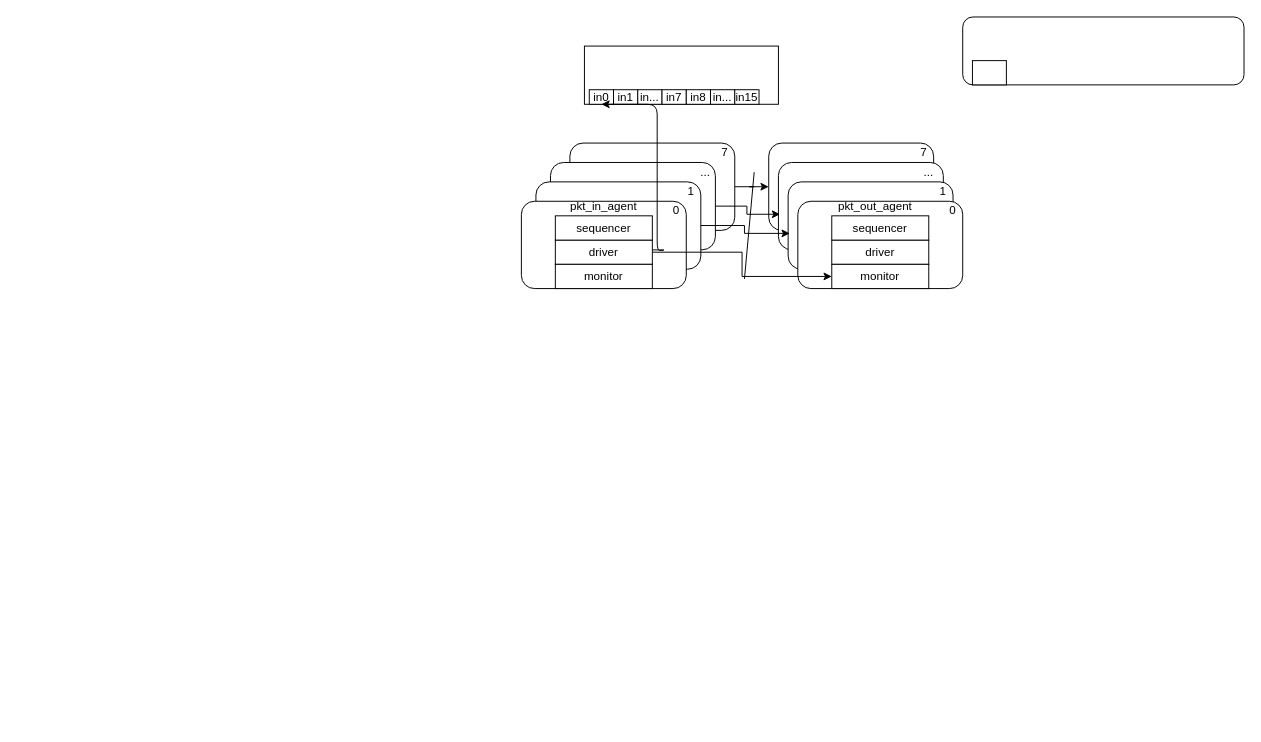
Before: dt005.drawio in huangliwood/Bingo, a draw.io diagram. Source tidied: cells renumbered, new cells numbered last; positions are measured from the earlier drawing's top-left corner, leaving out a move shared by most shapes. Both pictures are drawn from the tidied source at 97%, with x=0, y=0 at pixel (521, 16).
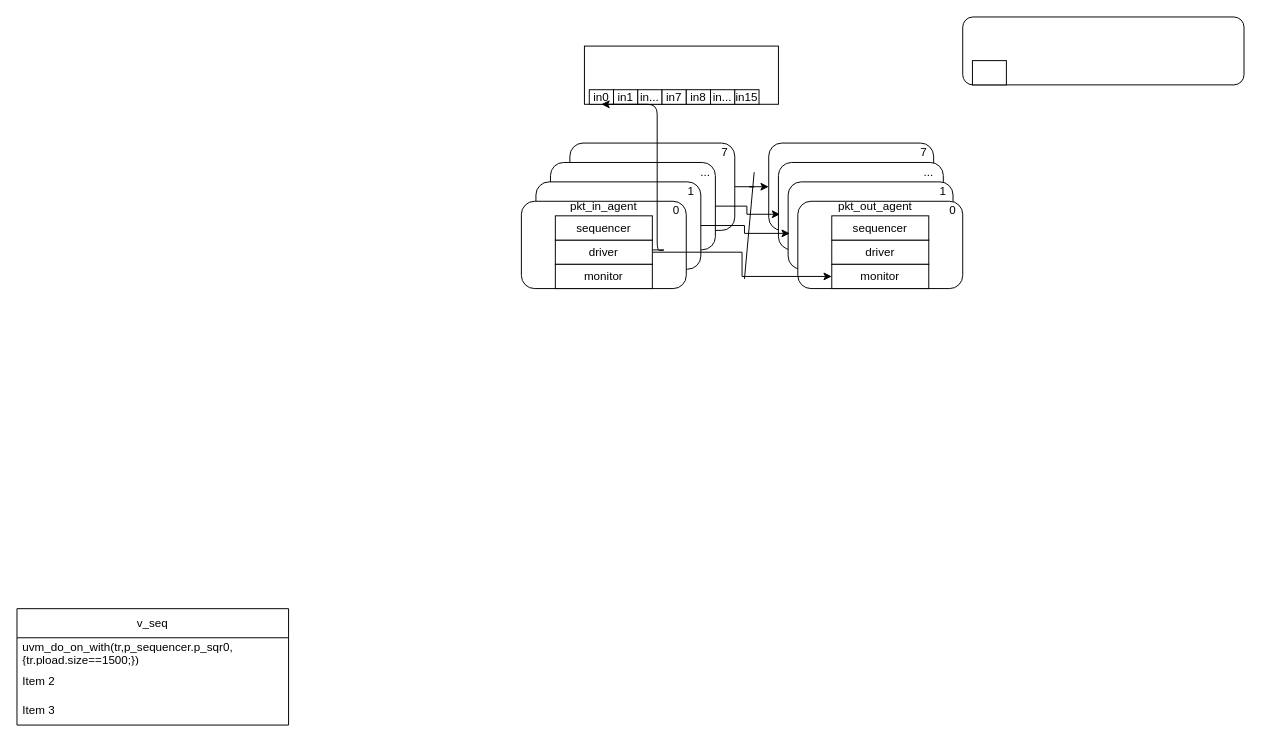
After the change.

The edit, as a diff of the source:
```diff
@@
+    <mxCell id="43" value="v_seq" style="swimlane;fontStyle=0;horizontal=1;startSize=30;whiteSpace=wrap;html=1;fillStyle=auto;fillColor=default;" parent="1" vertex="1">
+      <mxGeometry x="-520" y="610" width="280" height="120" as="geometry" />
+    </mxCell>
+    <mxCell id="44" value="uvm_do_on_with(tr,p_sequencer.p_sqr0,{tr.pload.size==1500;})" style="text;strokeColor=none;fillColor=none;align=left;verticalAlign=middle;spacingLeft=4;spacingRight=4;overflow=hidden;whiteSpace=wrap;html=1;" parent="43" vertex="1">
+      <mxGeometry y="30" width="280" height="30" as="geometry" />
+    </mxCell>
+    <mxCell id="45" value="Item 2" style="text;strokeColor=none;fillColor=none;align=left;verticalAlign=middle;spacingLeft=4;spacingRight=4;overflow=hidden;whiteSpace=wrap;html=1;" parent="43" vertex="1">
+      <mxGeometry y="60" width="280" height="30" as="geometry" />
+    </mxCell>
+    <mxCell id="46" value="Item 3" style="text;strokeColor=none;fillColor=none;align=left;verticalAlign=middle;spacingLeft=4;spacingRight=4;overflow=hidden;whiteSpace=wrap;html=1;" parent="43" vertex="1">
+      <mxGeometry y="90" width="280" height="30" as="geometry" />
+    </mxCell>
```
